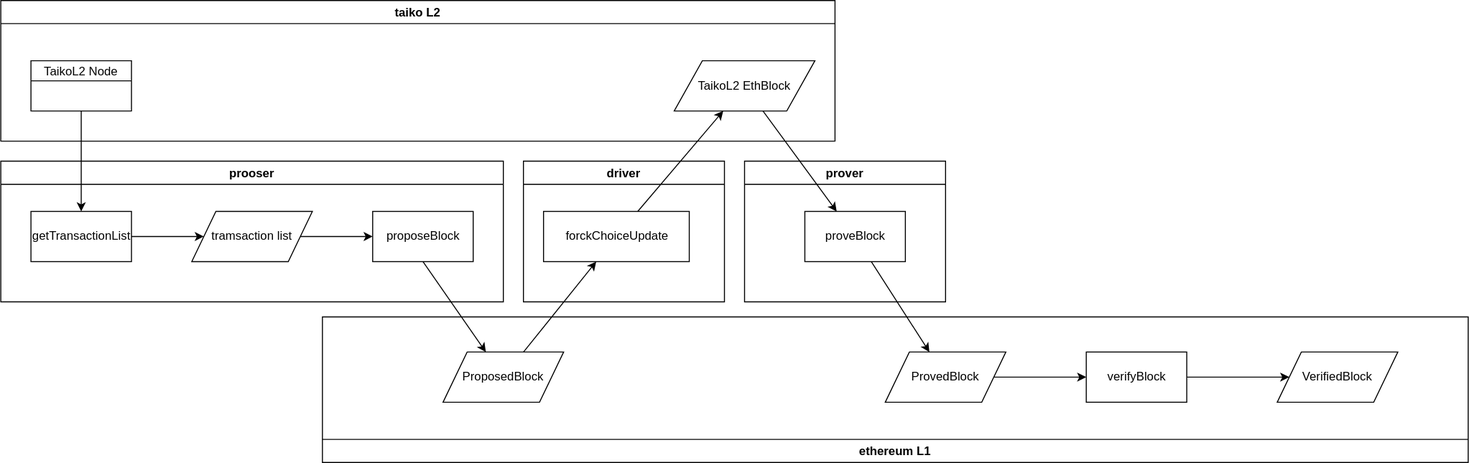
The draw.io diagram content/posts/ethereum/taiko/protocol/images/dataflow.drawio.svg in phenix3443/blog, before a commit. Source tidied: cells renumbered, new cells last; positions are measured from the earlier drawing's top-left corner, leaving out a move shared by most shapes.
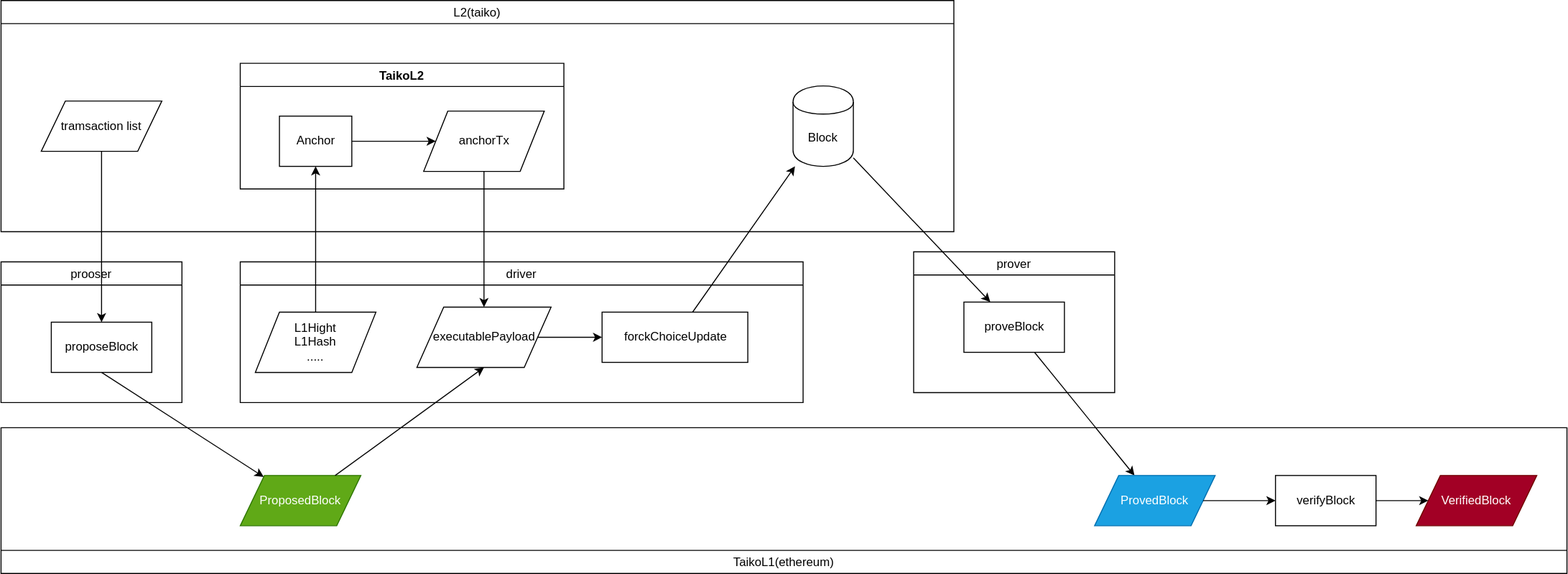
Above is the later version.

Change to the diagram source:
```diff
@@ -2,83 +2,107 @@
   <root>
     <mxCell id="0" />
     <mxCell id="1" parent="0" />
-    <mxCell id="2" value="proposeBlock" style="html=1;dashed=0;whitespace=wrap;" parent="1" vertex="1">
-      <mxGeometry x="370" y="210" width="100" height="50" as="geometry" />
+    <mxCell id="2" value="proposeBlock" style="html=1;dashed=0;whitespace=wrap;fontStyle=0;" parent="1" vertex="1">
+      <mxGeometry x="-408" y="210" width="100" height="50" as="geometry" />
     </mxCell>
-    <mxCell id="3" style="edgeStyle=none;html=1;exitX=0.5;exitY=1;exitDx=0;exitDy=0;" parent="1" edge="1" source="10" target="7">
-      <mxGeometry relative="1" as="geometry" />
-    </mxCell>
-    <mxCell id="4" style="edgeStyle=none;html=1;" parent="1" edge="1" source="5" target="15">
+    <mxCell id="4" style="edgeStyle=none;html=1;fontStyle=0;" parent="1" edge="1" source="5" target="32">
       <mxGeometry relative="1" as="geometry" />
     </mxCell>
-    <mxCell id="5" value="forckChoiceUpdate" style="html=1;dashed=0;whitespace=wrap;" parent="1" vertex="1">
-      <mxGeometry x="540" y="210" width="145" height="50" as="geometry" />
-    </mxCell>
-    <mxCell id="6" style="edgeStyle=none;html=1;entryX=0;entryY=0.5;entryDx=0;entryDy=0;" parent="1" edge="1" source="7" target="11">
-      <mxGeometry relative="1" as="geometry" />
-    </mxCell>
-    <mxCell id="7" value="getTransactionList" style="html=1;dashed=0;whitespace=wrap;" parent="1" vertex="1">
-      <mxGeometry x="30" y="210" width="100" height="50" as="geometry" />
-    </mxCell>
-    <mxCell id="8" style="edgeStyle=none;html=1;" parent="1" edge="1" source="26" target="5">
-      <mxGeometry relative="1" as="geometry" />
-    </mxCell>
-    <mxCell id="9" style="endArrow=classic;html=1;exitX=1;exitY=0.5;exitDx=0;exitDy=0;entryX=0;entryY=0.5;entryDx=0;entryDy=0;" parent="1" edge="1" source="11" target="2">
+    <mxCell id="9" style="endArrow=classic;html=1;exitX=0.5;exitY=1;exitDx=0;exitDy=0;entryX=0.5;entryY=0;entryDx=0;entryDy=0;fontStyle=0;" parent="1" edge="1" source="11" target="2">
       <mxGeometry relative="1" as="geometry" />
     </mxCell>
-    <mxCell id="10" value="TaikoL2 Node" style="swimlane;fontStyle=0;horizontal=1;startSize=20;fillColor=none;swimlaneFillColor=none;" parent="1" vertex="1">
-      <mxGeometry x="30" y="60" width="100" height="50" as="geometry" />
-    </mxCell>
+    <mxCell id="12" style="edgeStyle=none;html=1;fontStyle=0;" parent="1" edge="1" source="13" target="17">
+      <mxGeometry relative="1" as="geometry" />
+    </mxCell>
+    <mxCell id="14" style="edgeStyle=none;html=1;fontStyle=0;" parent="1" edge="1" source="32" target="13">
+      <mxGeometry relative="1" as="geometry" />
+    </mxCell>
+    <mxCell id="20" value="prooser" style="swimlane;fillColor=none;fontStyle=0;" parent="1" vertex="1">
+      <mxGeometry x="-458" y="150" width="180" height="140" as="geometry" />
+    </mxCell>
+    <mxCell id="24" value="L2(taiko)" style="swimlane;fillColor=none;fontStyle=0;" parent="1" vertex="1">
+      <mxGeometry x="-458" y="-110" width="948" height="230" as="geometry" />
+    </mxCell>
-    <mxCell id="11" value="tramsaction list" style="shape=parallelogram;perimeter=parallelogramPerimeter;whiteSpace=wrap;html=1;dashed=0;" parent="1" vertex="1">
-      <mxGeometry x="190" y="210" width="120" height="50" as="geometry" />
+    <mxCell id="11" value="tramsaction list" style="shape=parallelogram;perimeter=parallelogramPerimeter;whiteSpace=wrap;html=1;dashed=0;fontStyle=0;" parent="24" vertex="1">
+      <mxGeometry x="40" y="100" width="120" height="50" as="geometry" />
     </mxCell>
-    <mxCell id="12" style="edgeStyle=none;html=1;" parent="1" edge="1" source="13" target="17">
-      <mxGeometry relative="1" as="geometry" />
-    </mxCell>
-    <mxCell id="13" value="proveBlock" style="html=1;dashed=0;whitespace=wrap;" parent="1" vertex="1">
-      <mxGeometry x="800" y="210" width="100" height="50" as="geometry" />
-    </mxCell>
-    <mxCell id="14" style="edgeStyle=none;html=1;" parent="1" edge="1" source="15" target="13">
-      <mxGeometry relative="1" as="geometry" />
-    </mxCell>
-    <mxCell id="15" value="TaikoL2 EthBlock" style="shape=parallelogram;perimeter=parallelogramPerimeter;whiteSpace=wrap;html=1;dashed=0;" parent="1" vertex="1">
-      <mxGeometry x="670" y="60" width="140" height="50" as="geometry" />
-    </mxCell>
-    <mxCell id="16" style="edgeStyle=none;html=1;" parent="1" edge="1" source="17" target="19">
-      <mxGeometry relative="1" as="geometry" />
-    </mxCell>
-    <mxCell id="17" value="ProvedBlock" style="shape=parallelogram;perimeter=parallelogramPerimeter;whiteSpace=wrap;html=1;dashed=0;" parent="1" vertex="1">
-      <mxGeometry x="880" y="350" width="120" height="50" as="geometry" />
-    </mxCell>
-    <mxCell id="18" style="edgeStyle=none;html=1;" parent="1" edge="1" source="19" target="21">
-      <mxGeometry relative="1" as="geometry" />
-    </mxCell>
-    <mxCell id="19" value="verifyBlock" style="html=1;dashed=0;whitespace=wrap;" parent="1" vertex="1">
-      <mxGeometry x="1080" y="350" width="100" height="50" as="geometry" />
-    </mxCell>
-    <mxCell id="20" value="prooser" style="swimlane;fillColor=none;" parent="1" vertex="1">
-      <mxGeometry y="160" width="500" height="140" as="geometry" />
-    </mxCell>
-    <mxCell id="21" value="VerifiedBlock" style="shape=parallelogram;perimeter=parallelogramPerimeter;whiteSpace=wrap;html=1;dashed=0;" parent="1" vertex="1">
-      <mxGeometry x="1270" y="350" width="120" height="50" as="geometry" />
-    </mxCell>
-    <mxCell id="22" value="driver" style="swimlane;fillColor=none;" parent="1" vertex="1">
-      <mxGeometry x="520" y="160" width="200" height="140" as="geometry" />
-    </mxCell>
-    <mxCell id="23" value="prover" style="swimlane;fillColor=none;" parent="1" vertex="1">
-      <mxGeometry x="740" y="160" width="200" height="140" as="geometry" />
-    </mxCell>
-    <mxCell id="24" value="taiko L2" style="swimlane;fillColor=none;" parent="1" vertex="1">
-      <mxGeometry width="830" height="140" as="geometry" />
-    </mxCell>
+    <mxCell id="28" value="TaikoL2" style="swimlane;" parent="24" vertex="1">
+      <mxGeometry x="238" y="62.5" width="322" height="125" as="geometry" />
+    </mxCell>
+    <mxCell id="29" style="edgeStyle=none;html=1;entryX=0;entryY=0.5;entryDx=0;entryDy=0;" parent="28" edge="1" source="30" target="31">
+      <mxGeometry relative="1" as="geometry" />
+    </mxCell>
+    <mxCell id="30" value="Anchor" style="html=1;dashed=0;whitespace=wrap;fontStyle=0;" parent="28" vertex="1">
+      <mxGeometry x="39" y="52.5" width="72" height="50" as="geometry" />
+    </mxCell>
+    <mxCell id="31" value="anchorTx" style="shape=parallelogram;perimeter=parallelogramPerimeter;whiteSpace=wrap;html=1;dashed=0;fillColor=default;fontColor=default;strokeColor=default;fontStyle=0;" parent="28" vertex="1">
+      <mxGeometry x="182.5" y="47.5" width="120" height="60" as="geometry" />
+    </mxCell>
+    <mxCell id="32" value="Block" style="shape=cylinder;whiteSpace=wrap;html=1;boundedLbl=1;backgroundOutline=1;" parent="24" vertex="1">
+      <mxGeometry x="788" y="85" width="60" height="80" as="geometry" />
+    </mxCell>
-    <mxCell id="25" value="ethereum L1" style="swimlane;fillColor=none;noLabel=0;direction=west;" parent="1" vertex="1">
-      <mxGeometry x="320" y="315" width="1140" height="145" as="geometry" />
+    <mxCell id="25" value="TaikoL1(ethereum)" style="swimlane;fillColor=none;noLabel=0;direction=west;fontStyle=0;" parent="1" vertex="1">
+      <mxGeometry x="-458" y="315" width="1558" height="145" as="geometry" />
     </mxCell>
-    <mxCell id="26" value="ProposedBlock" style="shape=parallelogram;perimeter=parallelogramPerimeter;whiteSpace=wrap;html=1;dashed=0;" parent="25" vertex="1">
-      <mxGeometry x="120" y="35" width="120" height="50" as="geometry" />
+    <mxCell id="26" value="ProposedBlock" style="shape=parallelogram;perimeter=parallelogramPerimeter;whiteSpace=wrap;html=1;dashed=0;fillColor=#60a917;fontColor=#ffffff;strokeColor=#2D7600;fontStyle=0;" parent="25" vertex="1">
+      <mxGeometry x="238" y="47.5" width="120" height="50" as="geometry" />
     </mxCell>
+    <mxCell id="17" value="ProvedBlock" style="shape=parallelogram;perimeter=parallelogramPerimeter;whiteSpace=wrap;html=1;dashed=0;fillColor=#1ba1e2;fontColor=#ffffff;strokeColor=#006EAF;fontStyle=0;" parent="25" vertex="1">
+      <mxGeometry x="1088" y="47.5" width="120" height="50" as="geometry" />
+    </mxCell>
+    <mxCell id="19" value="verifyBlock" style="html=1;dashed=0;whitespace=wrap;fontStyle=0;" parent="25" vertex="1">
+      <mxGeometry x="1268" y="47.5" width="100" height="50" as="geometry" />
+    </mxCell>
+    <mxCell id="16" style="edgeStyle=none;html=1;fontStyle=0;" parent="25" edge="1" source="17" target="19">
+      <mxGeometry relative="1" as="geometry" />
+    </mxCell>
+    <mxCell id="21" value="VerifiedBlock" style="shape=parallelogram;perimeter=parallelogramPerimeter;whiteSpace=wrap;html=1;dashed=0;fillColor=#a20025;fontColor=#ffffff;strokeColor=#6F0000;fontStyle=0;" parent="25" vertex="1">
+      <mxGeometry x="1408" y="47.5" width="120" height="50" as="geometry" />
+    </mxCell>
+    <mxCell id="18" style="edgeStyle=none;html=1;fontStyle=0;" parent="25" edge="1" source="19" target="21">
+      <mxGeometry relative="1" as="geometry" />
+    </mxCell>
-    <mxCell id="27" style="edgeStyle=none;html=1;startArrow=none;exitX=0.5;exitY=1;exitDx=0;exitDy=0;" parent="1" edge="1" source="2" target="26">
+    <mxCell id="27" style="edgeStyle=none;html=1;startArrow=none;exitX=0.5;exitY=1;exitDx=0;exitDy=0;fontStyle=0;" parent="1" edge="1" source="2" target="26">
       <mxGeometry relative="1" as="geometry" />
     </mxCell>
+    <mxCell id="33" style="group;fontStyle=0;" parent="1" vertex="1">
+      <mxGeometry x="290" y="150" width="200" height="140" as="geometry" />
+    </mxCell>
+    <mxCell id="34" style="group;" parent="33" vertex="1">
+      <mxGeometry x="160" y="-10" width="200" height="140" as="geometry" />
+    </mxCell>
+    <mxCell id="13" value="proveBlock" style="html=1;dashed=0;whitespace=wrap;fontStyle=0;" parent="34" vertex="1">
+      <mxGeometry x="50" y="50" width="100" height="50" as="geometry" />
+    </mxCell>
+    <mxCell id="23" value="prover" style="swimlane;fillColor=none;fontStyle=0;" parent="34" vertex="1">
+      <mxGeometry width="200" height="140" as="geometry" />
+    </mxCell>
+    <mxCell id="35" style="group;fontStyle=0;" parent="1" vertex="1">
+      <mxGeometry x="-30" y="150" width="370" height="140" as="geometry" />
+    </mxCell>
+    <mxCell id="22" value="driver" style="swimlane;fillColor=none;fontStyle=0;" parent="35" vertex="1">
+      <mxGeometry x="-190" width="560" height="140" as="geometry" />
+    </mxCell>
+    <mxCell id="5" value="forckChoiceUpdate" style="html=1;dashed=0;whitespace=wrap;fontStyle=0;" parent="22" vertex="1">
+      <mxGeometry x="360" y="50" width="145" height="50" as="geometry" />
+    </mxCell>
+    <mxCell id="36" value="L1Hight&lt;br&gt;L1Hash&lt;br&gt;....." style="shape=parallelogram;perimeter=parallelogramPerimeter;whiteSpace=wrap;html=1;dashed=0;fillColor=default;fontColor=default;strokeColor=default;fontStyle=0;" parent="22" vertex="1">
+      <mxGeometry x="15" y="50" width="120" height="60" as="geometry" />
+    </mxCell>
+    <mxCell id="37" value="executablePayload" style="shape=parallelogram;perimeter=parallelogramPerimeter;whiteSpace=wrap;html=1;dashed=0;fillColor=default;fontColor=default;strokeColor=default;fontStyle=0;" parent="22" vertex="1">
+      <mxGeometry x="175.8" y="45" width="133.5" height="60" as="geometry" />
+    </mxCell>
+    <mxCell id="38" style="endArrow=classic;html=1;exitX=1;exitY=0.5;exitDx=0;exitDy=0;entryX=0;entryY=0.5;entryDx=0;entryDy=0;" parent="22" edge="1" source="37" target="5">
+      <mxGeometry relative="1" as="geometry" />
+    </mxCell>
+    <mxCell id="39" style="endArrow=classic;html=1;exitX=0.5;exitY=0;exitDx=0;exitDy=0;entryX=0.5;entryY=1;entryDx=0;entryDy=0;" parent="1" edge="1" source="36" target="30">
+      <mxGeometry relative="1" as="geometry" />
+    </mxCell>
+    <mxCell id="40" style="endArrow=classic;html=1;exitX=0.5;exitY=1;exitDx=0;exitDy=0;entryX=0.5;entryY=0;entryDx=0;entryDy=0;" parent="1" edge="1" source="31" target="37">
+      <mxGeometry relative="1" as="geometry" />
+    </mxCell>
+    <mxCell id="8" style="edgeStyle=none;html=1;fontStyle=0;entryX=0.5;entryY=1;entryDx=0;entryDy=0;" parent="1" edge="1" source="26" target="37">
+      <mxGeometry relative="1" as="geometry" />
+    </mxCell>
   </root>
 </mxGraphModel>
```
